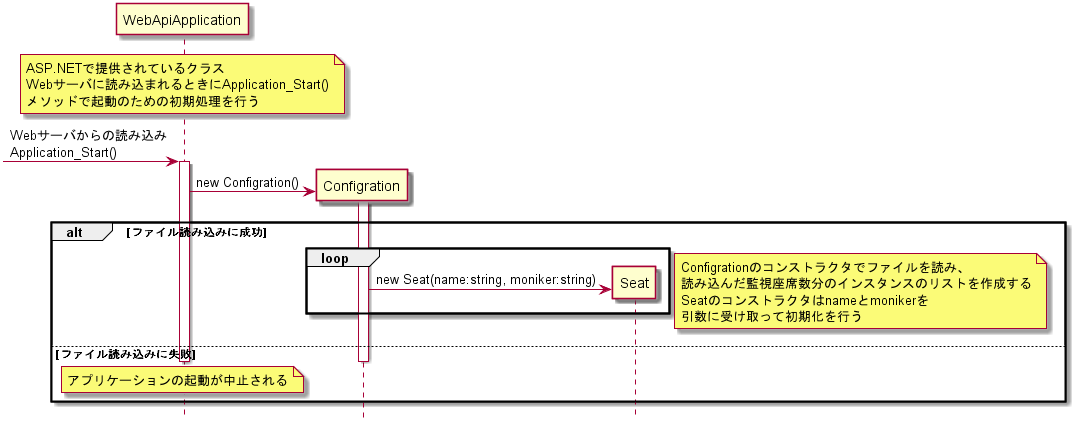
Before: doc/詳細設計/詳細設計書/構成図/SeatMonitoringAPI起動シーケンス図.png, a diagram exported from PlantUML (KeisukeSugita/Seat-monitoring-system).
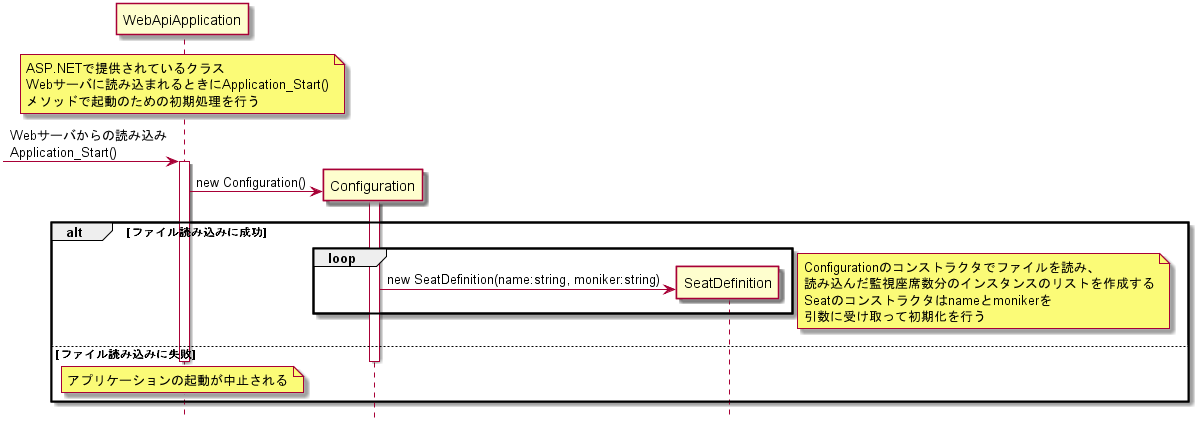
The same diagram one commit later.

Diff of the diagram source:
```diff
@@ -2,8 +2,8 @@
 hide footbox
 
 participant "WebApiApplication" as WebApiApplication
-participant "Configration" as Configration
-participant "Seat" as Seat
+participant "Configuration" as Configuration
+participant "SeatDefinition" as SeatDefinition
 
 note over WebApiApplication
 	ASP.NETで提供されているクラス
@@ -13,24 +13,24 @@
 -> WebApiApplication :Webサーバからの読み込み\nApplication_Start()
 activate WebApiApplication
 
-create Configration
-WebApiApplication -> Configration : new Configration()
-activate Configration
+create Configuration
+WebApiApplication -> Configuration : new Configuration()
+activate Configuration
 
 alt ファイル読み込みに成功
 	loop
-		create Seat
-		Configration -> Seat :new Seat(name:string, moniker:string)
+		create SeatDefinition
+		Configuration -> SeatDefinition :new SeatDefinition(name:string, moniker:string)
 	end
 	note right
-		Configrationのコンストラクタでファイルを読み、
+		Configurationのコンストラクタでファイルを読み、
 		読み込んだ監視座席数分のインスタンスのリストを作成する
 		Seatのコンストラクタはnameとmonikerを
 		引数に受け取って初期化を行う
 	end note
 |||
 else ファイル読み込みに失敗
-	deactivate Configration
+	deactivate Configuration
 	deactivate WebApiApplication
 	note over WebApiApplication
 		アプリケーションの起動が中止される
```
